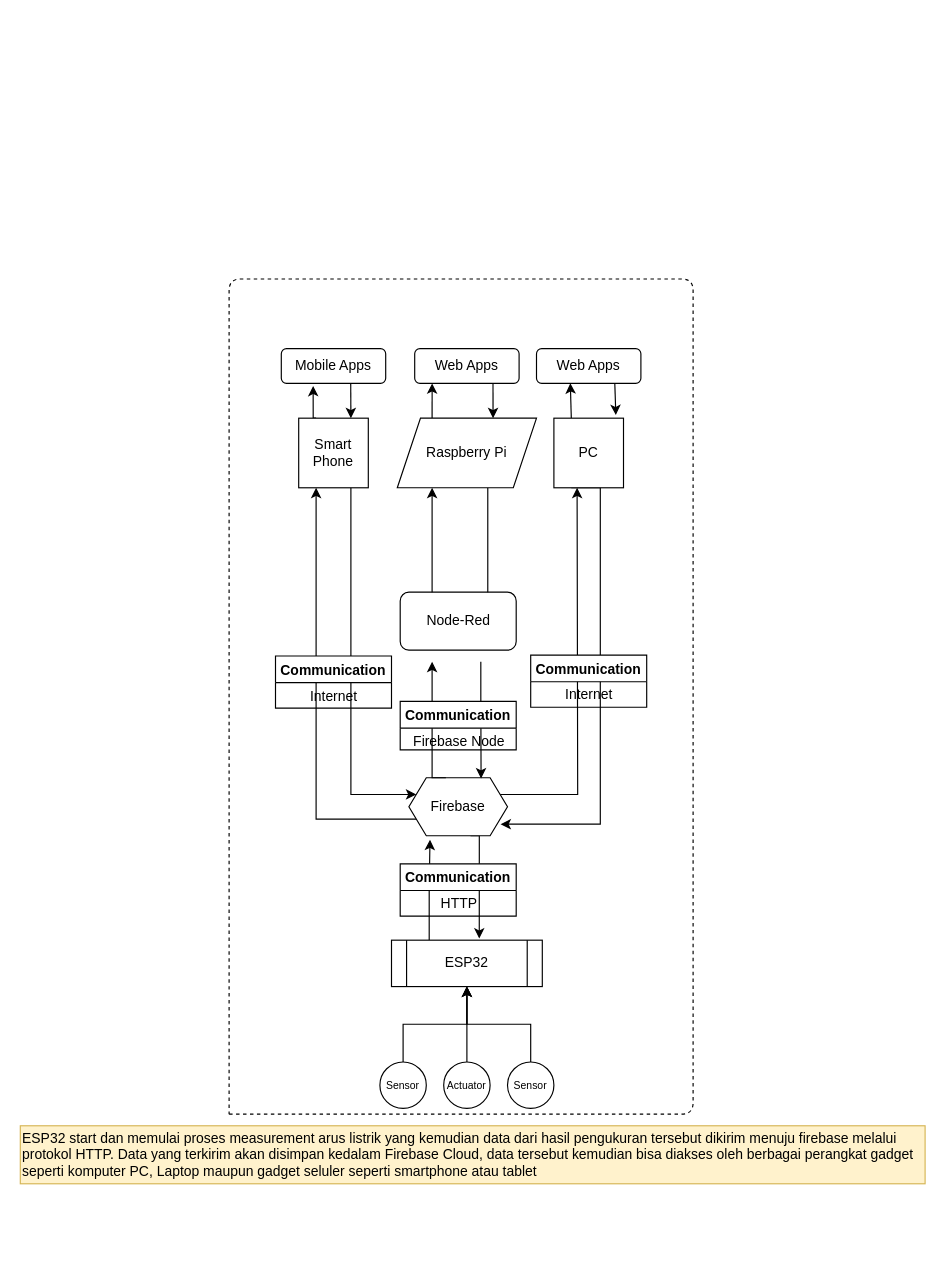
This is flow-diagram.drawio from lmarkrol/smartmeter, a draw.io file, before an edit. Source tidied: cells renumbered, new cells numbered last; positions are measured from the earlier drawing's top-left corner, leaving out a move shared by most shapes. Both pictures are drawn from the tidied source at 116%, with x=0, y=0 at pixel (20, 278).
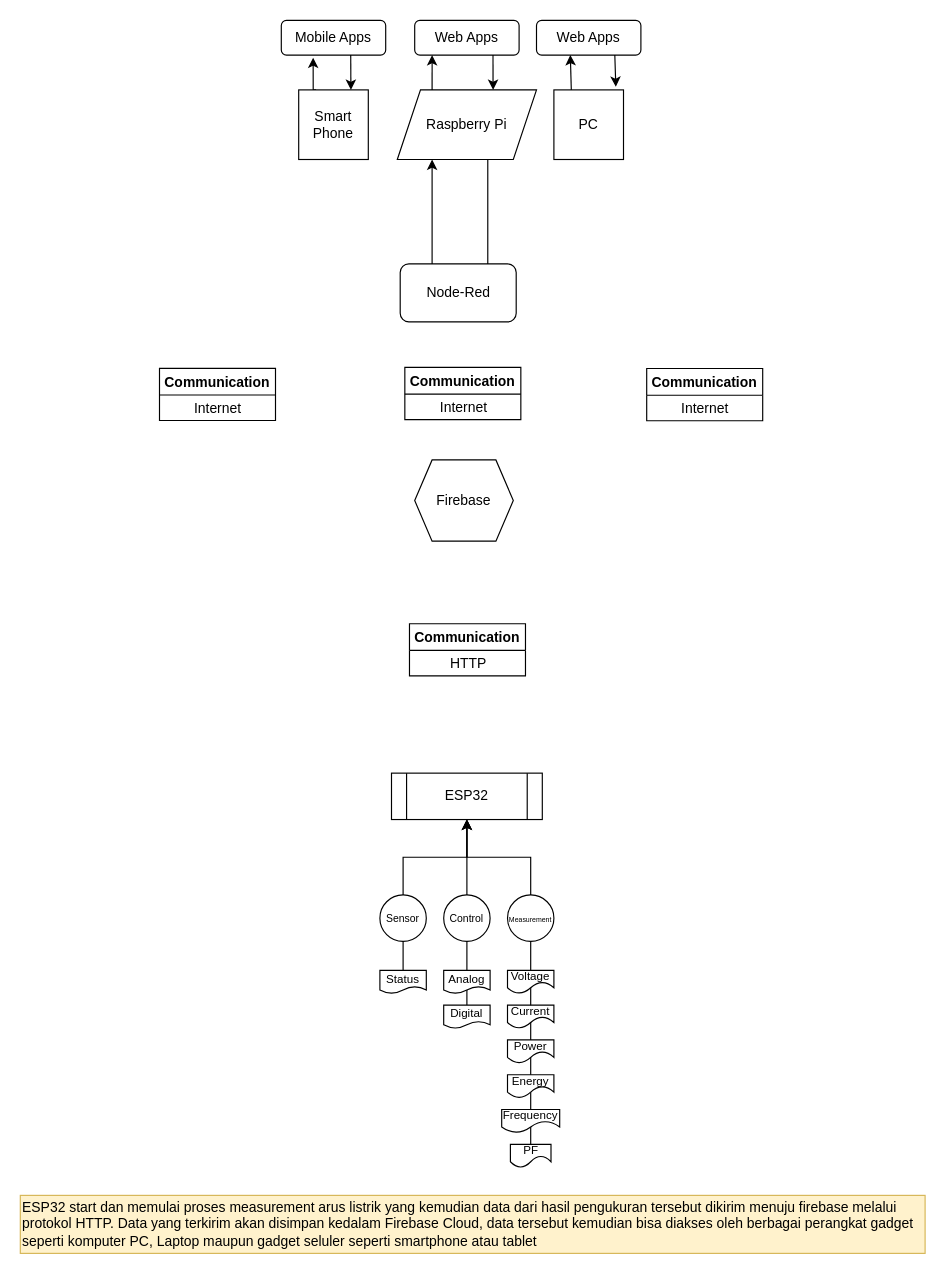
The same diagram, later.

Change to the diagram source:
```diff
@@
+    <mxCell id="49" style="endArrow=none;html=1;entryX=0.5;entryY=1;entryDx=0;entryDy=0;exitX=0.5;exitY=0;exitDx=0;exitDy=0;" parent="1" edge="1" source="55" target="5">
+      <mxGeometry relative="1" as="geometry" />
+    </mxCell>
+    <mxCell id="50" style="endArrow=none;html=1;entryX=0.5;entryY=1;entryDx=0;entryDy=0;exitX=0.5;exitY=0;exitDx=0;exitDy=0;" parent="1" edge="1" source="61" target="6">
+      <mxGeometry relative="1" as="geometry" />
+    </mxCell>
     <mxCell id="2" value="&lt;div style=&quot;text-align: justify&quot;&gt;&lt;span&gt;ESP32 start dan memulai proses measurement arus listrik yang kemudian data dari hasil pengukuran tersebut dikirim menuju firebase melalui&amp;nbsp;&lt;/span&gt;&lt;/div&gt;&lt;div style=&quot;text-align: justify&quot;&gt;&lt;span&gt;protokol HTTP.&amp;nbsp;&lt;/span&gt;&lt;span&gt;Data yang terkirim akan disimpan kedalam Firebase Cloud, data tersebut kemudian bisa diakses oleh berbagai perangkat gadget&lt;/span&gt;&lt;/div&gt;&lt;div style=&quot;text-align: justify&quot;&gt;&lt;span&gt;seperti komputer PC, Laptop maupun gadget seluler seperti smartphone atau tablet&lt;/span&gt;&lt;/div&gt;" style="text;html=1;align=left;verticalAlign=middle;fillColor=#fff2cc;strokeColor=#d6b656;" parent="1" vertex="1">
-      <mxGeometry y="730" width="780" height="50" as="geometry" />
+      <mxGeometry y="790" width="780" height="50" as="geometry" />
     </mxCell>
-    <mxCell id="3" style="endArrow=none;dashed=1;html=1;" parent="1" edge="1">
-      <mxGeometry x="320" y="230" as="geometry">
-        <mxPoint x="180" y="720" as="sourcePoint" />
-        <mxPoint x="180" y="720" as="targetPoint" />
-        <Array as="points">
-          <mxPoint x="380" y="720" />
-          <mxPoint x="580" y="720" />
-          <mxPoint x="580" />
-          <mxPoint x="180" />
-        </Array>
-      </mxGeometry>
-    </mxCell>
     <mxCell id="4" value="&lt;font style=&quot;font-size: 9px&quot;&gt;Sensor&lt;/font&gt;" style="ellipse;whiteSpace=wrap;html=1;rotation=0;" parent="1" vertex="1">
-      <mxGeometry x="310" y="675" width="40" height="40" as="geometry" />
+      <mxGeometry x="310" y="531" width="40" height="40" as="geometry" />
     </mxCell>
-    <mxCell id="5" value="&lt;font style=&quot;font-size: 9px&quot;&gt;Actuator&lt;/font&gt;" style="ellipse;whiteSpace=wrap;html=1;rotation=0;" parent="1" vertex="1">
-      <mxGeometry x="365" y="675" width="40" height="40" as="geometry" />
+    <mxCell id="5" value="&lt;font style=&quot;font-size: 9px&quot;&gt;Control&lt;/font&gt;" style="ellipse;whiteSpace=wrap;html=1;rotation=0;" parent="1" vertex="1">
+      <mxGeometry x="365" y="531" width="40" height="40" as="geometry" />
     </mxCell>
-    <mxCell id="6" value="&lt;font style=&quot;font-size: 9px&quot;&gt;Sensor&lt;/font&gt;" style="ellipse;whiteSpace=wrap;html=1;rotation=0;" parent="1" vertex="1">
-      <mxGeometry x="420" y="675" width="40" height="40" as="geometry" />
+    <mxCell id="6" value="&lt;font style=&quot;font-size: 6px&quot;&gt;Measurement&lt;/font&gt;" style="ellipse;whiteSpace=wrap;html=1;rotation=0;" parent="1" vertex="1">
+      <mxGeometry x="420" y="531" width="40" height="40" as="geometry" />
     </mxCell>
     <mxCell id="7" style="edgeStyle=orthogonalEdgeStyle;rounded=0;jettySize=auto;html=1;exitX=0.5;exitY=0;exitDx=0;exitDy=0;entryX=0.5;entryY=1;entryDx=0;entryDy=0;" parent="1" edge="1" source="4" target="11">
-      <mxGeometry x="350" y="370" as="geometry" />
+      <mxGeometry x="350" y="226" as="geometry" />
     </mxCell>
     <mxCell id="8" style="edgeStyle=orthogonalEdgeStyle;rounded=0;jettySize=auto;html=1;exitX=0.5;exitY=0;exitDx=0;exitDy=0;entryX=0.5;entryY=1;entryDx=0;entryDy=0;" parent="1" edge="1" source="5" target="11">
-      <mxGeometry x="350" y="370" as="geometry" />
+      <mxGeometry x="350" y="226" as="geometry" />
     </mxCell>
     <mxCell id="9" style="edgeStyle=orthogonalEdgeStyle;rounded=0;jettySize=auto;html=1;exitX=0.5;exitY=0;exitDx=0;exitDy=0;entryX=0.5;entryY=1;entryDx=0;entryDy=0;" parent="1" edge="1" source="6" target="11">
-      <mxGeometry x="350" y="370" as="geometry" />
+      <mxGeometry x="350" y="226" as="geometry" />
     </mxCell>
-    <mxCell id="10" style="edgeStyle=orthogonalEdgeStyle;rounded=0;jettySize=auto;html=1;exitX=0.25;exitY=0;exitDx=0;exitDy=0;entryX=0.214;entryY=1.068;entryDx=0;entryDy=0;entryPerimeter=0;" parent="1" edge="1" source="11" target="15">
-      <mxGeometry relative="1" as="geometry" />
-    </mxCell>
     <mxCell id="11" value="ESP32" style="shape=process;whiteSpace=wrap;html=1;backgroundOutline=1;rotation=0;" parent="1" vertex="1">
-      <mxGeometry x="320" y="570" width="130" height="40" as="geometry" />
+      <mxGeometry x="320" y="426" width="130" height="40" as="geometry" />
     </mxCell>
-    <mxCell id="12" style="edgeStyle=orthogonalEdgeStyle;rounded=0;jettySize=auto;html=1;exitX=0.625;exitY=1;exitDx=0;exitDy=0;entryX=0.582;entryY=-0.035;entryDx=0;entryDy=0;entryPerimeter=0;" parent="1" edge="1" source="15" target="11">
-      <mxGeometry relative="1" as="geometry">
-        <Array as="points">
-          <mxPoint x="396" y="480" />
-        </Array>
-      </mxGeometry>
-    </mxCell>
-    <mxCell id="13" style="edgeStyle=orthogonalEdgeStyle;rounded=0;jettySize=auto;html=1;exitX=1;exitY=0.25;exitDx=0;exitDy=0;" parent="1" edge="1" source="15">
-      <mxGeometry relative="1" as="geometry">
-        <mxPoint x="480" y="180" as="targetPoint" />
-      </mxGeometry>
-    </mxCell>
-    <mxCell id="14" style="edgeStyle=orthogonalEdgeStyle;rounded=0;jettySize=auto;html=1;exitX=0;exitY=0.75;exitDx=0;exitDy=0;entryX=0.25;entryY=1;entryDx=0;entryDy=0;" parent="1" edge="1" source="15" target="36">
-      <mxGeometry relative="1" as="geometry" />
-    </mxCell>
     <mxCell id="15" value="Firebase" style="shape=hexagon;perimeter=hexagonPerimeter2;whiteSpace=wrap;html=1;fixedSize=1;size=15;" parent="1" vertex="1">
-      <mxGeometry x="335" y="430" width="85" height="50" as="geometry" />
+      <mxGeometry x="340" y="156" width="85" height="70" as="geometry" />
     </mxCell>
-    <mxCell id="16" style="edgeStyle=orthogonalEdgeStyle;rounded=0;jettySize=auto;html=1;entryX=0.732;entryY=0.012;entryDx=0;entryDy=0;entryPerimeter=0;" parent="1" edge="1" target="15">
-      <mxGeometry relative="1" as="geometry">
-        <mxPoint x="397" y="330" as="sourcePoint" />
-        <Array as="points">
-          <mxPoint x="397" y="360" />
-        </Array>
-      </mxGeometry>
-    </mxCell>
     <mxCell id="17" style="edgeStyle=orthogonalEdgeStyle;rounded=0;orthogonalLoop=1;jettySize=auto;html=1;" parent="1" edge="1">
       <mxGeometry relative="1" as="geometry">
-        <mxPoint x="355" y="309" as="sourcePoint" />
-        <mxPoint x="355" y="180" as="targetPoint" />
+        <mxPoint x="355" y="26" as="sourcePoint" />
+        <mxPoint x="355" y="-103" as="targetPoint" />
         <Array as="points">
-          <mxPoint x="355" y="309" />
-          <mxPoint x="355" y="282" />
-          <mxPoint x="355" y="282" />
+          <mxPoint x="355" y="26" />
+          <mxPoint x="355" y="-1" />
+          <mxPoint x="355" y="-1" />
         </Array>
       </mxGeometry>
     </mxCell>
-    <mxCell id="18" style="edgeStyle=orthogonalEdgeStyle;rounded=0;jettySize=auto;html=1;exitX=0.375;exitY=0;exitDx=0;exitDy=0;" parent="1" edge="1" source="15">
-      <mxGeometry x="380" y="340" as="geometry">
-        <mxPoint x="355" y="330" as="targetPoint" />
-        <Array as="points">
-          <mxPoint x="355" y="430" />
-        </Array>
-      </mxGeometry>
-    </mxCell>
     <mxCell id="19" style="edgeStyle=orthogonalEdgeStyle;rounded=0;jettySize=auto;html=1;entryX=0.75;entryY=0;entryDx=0;entryDy=0;" parent="1" edge="1" target="30">
       <mxGeometry relative="1" as="geometry">
-        <mxPoint x="403" y="180" as="sourcePoint" />
+        <mxPoint x="403" y="-103" as="sourcePoint" />
         <Array as="points">
-          <mxPoint x="403" y="250" />
-          <mxPoint x="403" y="280" />
-          <mxPoint x="403" y="280" />
+          <mxPoint x="403" y="-33" />
+          <mxPoint x="403" y="-3" />
+          <mxPoint x="403" y="-3" />
         </Array>
       </mxGeometry>
     </mxCell>
-    <mxCell id="20" style="group;" parent="1" vertex="1">
-      <mxGeometry x="307.5" y="360" width="120" height="50" as="geometry" />
-    </mxCell>
-    <mxCell id="21" value="Communication" style="swimlane;startSize=23;" parent="20" vertex="1">
-      <mxGeometry x="20" y="4.2" width="100" height="41.7" as="geometry" />
-    </mxCell>
-    <mxCell id="22" value="Firebase Node" style="text;html=1;align=center;verticalAlign=middle;strokeColor=none;" parent="21" vertex="1">
-      <mxGeometry x="5" y="25" width="90" height="20" as="geometry" />
-    </mxCell>
-    <mxCell id="23" style="text;html=1;align=center;verticalAlign=middle;strokeColor=none;" parent="20" vertex="1">
-      <mxGeometry x="44" y="25" width="20" height="20" as="geometry" />
-    </mxCell>
     <mxCell id="24" style="group;" parent="1" vertex="1">
-      <mxGeometry x="307.5" y="500" width="120" height="50" as="geometry" />
+      <mxGeometry x="315.5" y="293" width="120" height="50" as="geometry" />
     </mxCell>
@@
     <mxCell id="29" value="Raspberry Pi" style="shape=parallelogram;perimeter=parallelogramPerimeter;whiteSpace=wrap;html=1;fixedSize=1;" parent="1" vertex="1">
-      <mxGeometry x="325" y="120" width="120" height="60" as="geometry" />
+      <mxGeometry x="325" y="-163" width="120" height="60" as="geometry" />
     </mxCell>
     <mxCell id="30" value="Node-Red" style="rounded=1;whiteSpace=wrap;html=1;" parent="1" vertex="1">
-      <mxGeometry x="327.5" y="270" width="100" height="50" as="geometry" />
+      <mxGeometry x="327.5" y="-13" width="100" height="50" as="geometry" />
     </mxCell>
-    <mxCell id="31" style="edgeStyle=orthogonalEdgeStyle;rounded=0;jettySize=auto;html=1;exitX=0.25;exitY=1;exitDx=0;exitDy=0;" parent="1" edge="1" source="33">
-      <mxGeometry relative="1" as="geometry">
-        <mxPoint x="414" y="470" as="targetPoint" />
-        <Array as="points">
-          <mxPoint x="500" y="180" />
-          <mxPoint x="500" y="470" />
-        </Array>
-      </mxGeometry>
-    </mxCell>
@@
     <mxCell id="33" value="PC" style="rounded=0;whiteSpace=wrap;html=1;" parent="1" vertex="1">
-      <mxGeometry x="460" y="120" width="60" height="60" as="geometry" />
+      <mxGeometry x="460" y="-163" width="60" height="60" as="geometry" />
     </mxCell>
-    <mxCell id="34" style="edgeStyle=orthogonalEdgeStyle;rounded=0;jettySize=auto;html=1;exitX=0.75;exitY=1;exitDx=0;exitDy=0;entryX=0;entryY=0.25;entryDx=0;entryDy=0;" parent="1" edge="1" source="36" target="15">
-      <mxGeometry relative="1" as="geometry">
-        <Array as="points">
-          <mxPoint x="285" y="444" />
-        </Array>
-      </mxGeometry>
-    </mxCell>
@@
     <mxCell id="36" value="Smart&lt;br&gt;Phone" style="rounded=0;whiteSpace=wrap;html=1;" parent="1" vertex="1">
-      <mxGeometry x="240" y="120" width="60" height="60" as="geometry" />
+      <mxGeometry x="240" y="-163" width="60" height="60" as="geometry" />
     </mxCell>
     <mxCell id="37" style="group;" parent="1" vertex="1">
-      <mxGeometry x="420" y="320" width="120" height="50" as="geometry" />
+      <mxGeometry x="520" y="73" width="120" height="50" as="geometry" />
     </mxCell>
@@
     <mxCell id="41" value="Communication" style="swimlane;startSize=23;" parent="1" vertex="1">
-      <mxGeometry x="220" y="325" width="100" height="45" as="geometry" />
+      <mxGeometry x="120" y="77" width="100" height="45" as="geometry" />
     </mxCell>
@@
     <mxCell id="44" value="Mobile Apps" style="rounded=1;whiteSpace=wrap;html=1;" parent="1" vertex="1">
-      <mxGeometry x="225" y="60" width="90" height="30" as="geometry" />
+      <mxGeometry x="225" y="-223" width="90" height="30" as="geometry" />
     </mxCell>
@@
     <mxCell id="46" value="Web Apps" style="rounded=1;whiteSpace=wrap;html=1;" parent="1" vertex="1">
-      <mxGeometry x="340" y="60" width="90" height="30" as="geometry" />
+      <mxGeometry x="340" y="-223" width="90" height="30" as="geometry" />
     </mxCell>
@@
     <mxCell id="48" value="Web Apps" style="rounded=1;whiteSpace=wrap;html=1;" parent="1" vertex="1">
-      <mxGeometry x="445" y="60" width="90" height="30" as="geometry" />
+      <mxGeometry x="445" y="-223" width="90" height="30" as="geometry" />
     </mxCell>
+    <mxCell id="51" style="group;" parent="1" vertex="1">
+      <mxGeometry x="311.5" y="72" width="120" height="50" as="geometry" />
+    </mxCell>
+    <mxCell id="21" value="Communication" style="swimlane;startSize=23;" parent="51" vertex="1">
+      <mxGeometry x="20" y="4.2" width="100" height="45" as="geometry" />
+    </mxCell>
+    <mxCell id="52" value="Internet" style="text;html=1;align=center;verticalAlign=middle;strokeColor=none;" parent="21" vertex="1">
+      <mxGeometry x="20" y="25" width="60" height="20" as="geometry" />
+    </mxCell>
+    <mxCell id="23" style="text;html=1;align=center;verticalAlign=middle;strokeColor=none;" parent="51" vertex="1">
+      <mxGeometry x="44" y="25" width="20" height="20" as="geometry" />
+    </mxCell>
+    <mxCell id="53" value="&lt;font style=&quot;font-size: 10px&quot;&gt;Status&lt;/font&gt;" style="shape=document;whiteSpace=wrap;html=1;boundedLbl=1;" parent="1" vertex="1">
+      <mxGeometry x="310" y="596" width="40" height="20" as="geometry" />
+    </mxCell>
+    <mxCell id="54" value="&lt;font style=&quot;font-size: 10px&quot;&gt;Analog&lt;/font&gt;" style="shape=document;whiteSpace=wrap;html=1;boundedLbl=1;" parent="1" vertex="1">
+      <mxGeometry x="365" y="596" width="40" height="20" as="geometry" />
+    </mxCell>
+    <mxCell id="55" value="&lt;font style=&quot;font-size: 10px&quot;&gt;Digital&lt;/font&gt;" style="shape=document;whiteSpace=wrap;html=1;boundedLbl=1;" parent="1" vertex="1">
+      <mxGeometry x="365" y="626" width="40" height="20" as="geometry" />
+    </mxCell>
+    <mxCell id="56" value="&lt;font style=&quot;font-size: 10px&quot;&gt;Voltage&lt;/font&gt;" style="shape=document;whiteSpace=wrap;html=1;boundedLbl=1;size=0.5;" parent="1" vertex="1">
+      <mxGeometry x="420" y="596" width="40" height="20" as="geometry" />
+    </mxCell>
+    <mxCell id="57" value="&lt;font style=&quot;font-size: 10px&quot;&gt;Current&lt;/font&gt;" style="shape=document;whiteSpace=wrap;html=1;boundedLbl=1;size=0.5;" parent="1" vertex="1">
+      <mxGeometry x="420" y="626" width="40" height="20" as="geometry" />
+    </mxCell>
+    <mxCell id="58" value="&lt;font style=&quot;font-size: 10px&quot;&gt;Power&lt;/font&gt;" style="shape=document;whiteSpace=wrap;html=1;boundedLbl=1;size=0.5;" parent="1" vertex="1">
+      <mxGeometry x="420" y="656" width="40" height="20" as="geometry" />
+    </mxCell>
+    <mxCell id="59" value="&lt;font style=&quot;font-size: 10px&quot;&gt;Energy&lt;/font&gt;" style="shape=document;whiteSpace=wrap;html=1;boundedLbl=1;size=0.5;" parent="1" vertex="1">
+      <mxGeometry x="420" y="686" width="40" height="20" as="geometry" />
+    </mxCell>
+    <mxCell id="60" value="&lt;font style=&quot;font-size: 10px&quot;&gt;Frequency&lt;/font&gt;" style="shape=document;whiteSpace=wrap;html=1;boundedLbl=1;size=0.5;" parent="1" vertex="1">
+      <mxGeometry x="415" y="716" width="50" height="20" as="geometry" />
+    </mxCell>
+    <mxCell id="61" value="&lt;font style=&quot;font-size: 10px&quot;&gt;PF&lt;/font&gt;" style="shape=document;whiteSpace=wrap;html=1;boundedLbl=1;size=0.5;" parent="1" vertex="1">
+      <mxGeometry x="422.5" y="746" width="35" height="20" as="geometry" />
+    </mxCell>
+    <mxCell id="62" style="endArrow=none;html=1;entryX=0.5;entryY=1;entryDx=0;entryDy=0;exitX=0.5;exitY=0;exitDx=0;exitDy=0;" parent="1" edge="1" source="53" target="4">
+      <mxGeometry relative="1" as="geometry" />
+    </mxCell>
```
